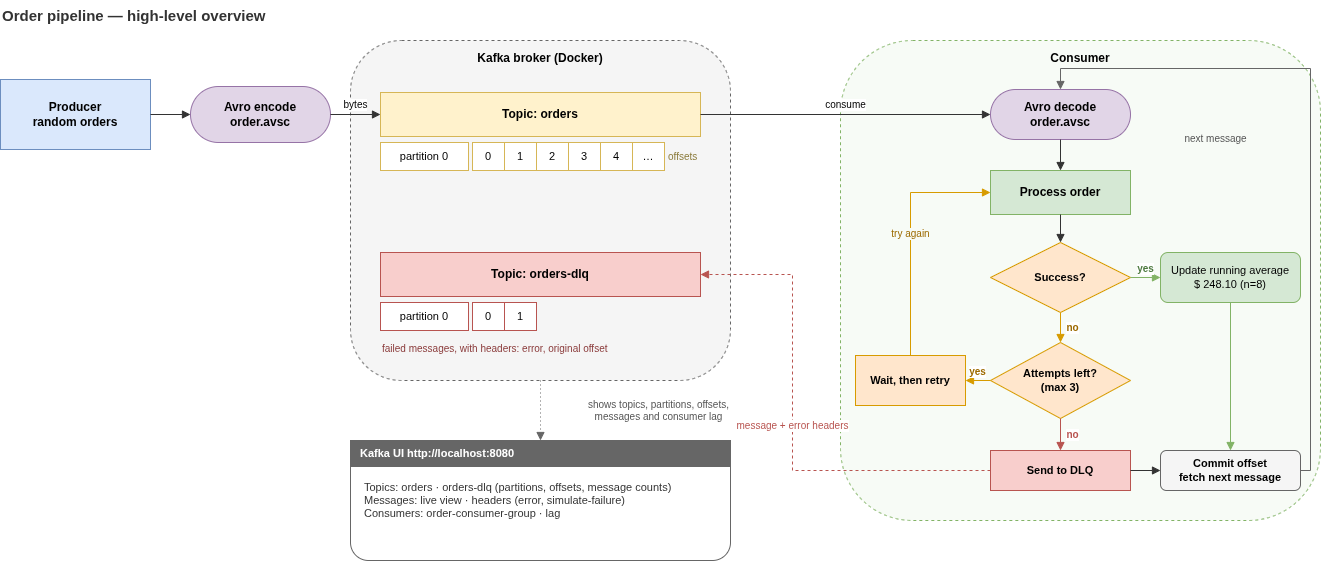
The draw.io diagram diagrams/high-level-architecture.png in ShamilKaleel/kafka-assessment-02, before a commit. Source tidied: cells renumbered, new cells last; positions are measured from the earlier drawing's top-left corner, leaving out a move shared by most shapes.
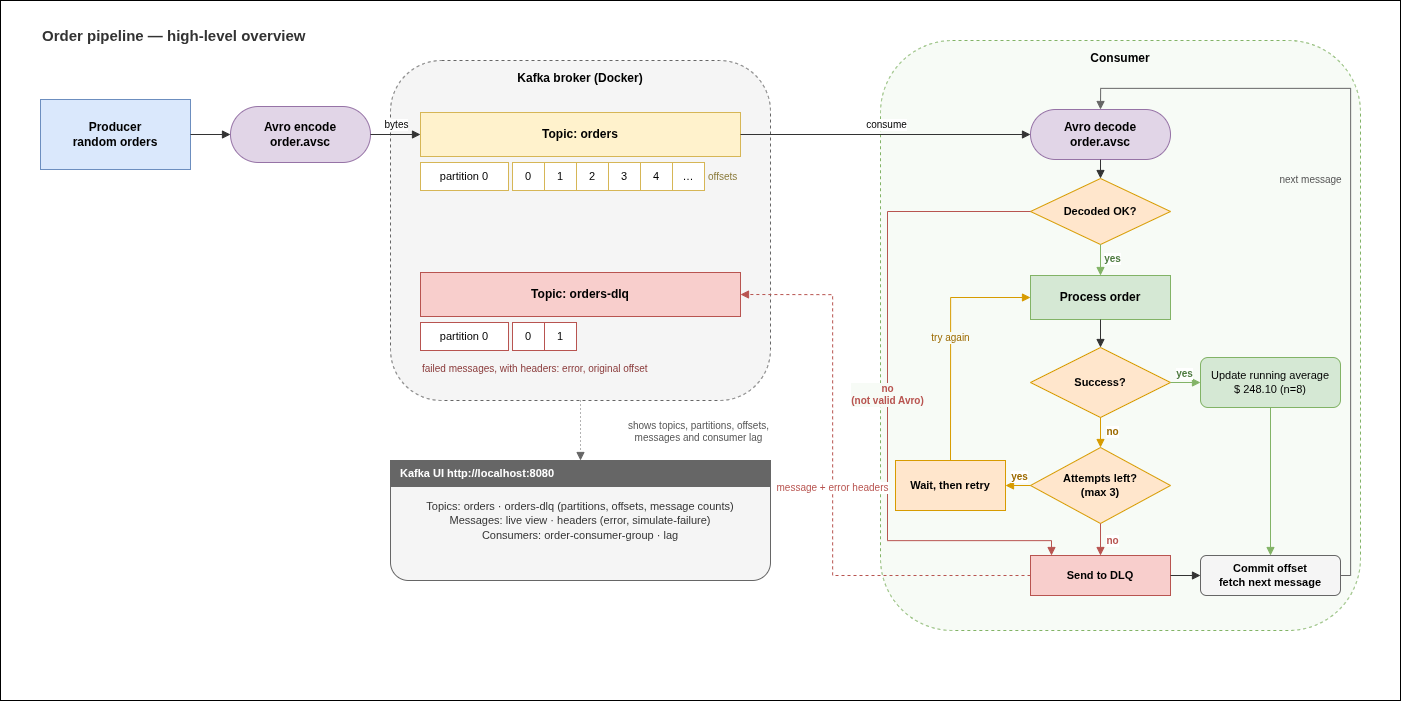
Later version of the same file.

Commit message:
Update architecture diagram export

Change to the diagram source:
```diff
@@ -2,6 +2,9 @@
   <root>
     <mxCell id="0" />
     <mxCell id="1" parent="0" />
+    <mxCell id="47" style="rounded=0;whiteSpace=wrap;html=1;" parent="1" vertex="1">
+      <mxGeometry x="-40" y="-20" width="1400" height="700" as="geometry" />
+    </mxCell>
     <mxCell id="2" value="Order pipeline — high-level overview" style="text;html=1;align=left;verticalAlign=middle;fontSize=15;fontStyle=1;fontColor=#333333;" parent="1" vertex="1">
       <mxGeometry width="420" height="30" as="geometry" />
     </mxCell>
@@ -57,41 +60,41 @@
       <mxGeometry x="380" y="336" width="330" height="24" as="geometry" />
     </mxCell>
     <mxCell id="20" value="Consumer" style="rounded=1;whiteSpace=wrap;html=1;fillColor=#f7fbf6;strokeColor=#82b366;dashed=1;verticalAlign=top;fontStyle=1;fontSize=12;spacingTop=4;" parent="1" vertex="1">
-      <mxGeometry x="840" y="40" width="480" height="480" as="geometry" />
+      <mxGeometry x="840" y="20" width="480" height="590" as="geometry" />
     </mxCell>
     <mxCell id="21" value="Avro decode&#10;order.avsc" style="rounded=1;arcSize=50;whiteSpace=wrap;html=1;fillColor=#e1d5e7;strokeColor=#9673a6;fontSize=12;fontStyle=1;" parent="1" vertex="1">
       <mxGeometry x="990" y="89" width="140" height="50" as="geometry" />
     </mxCell>
+    <mxCell id="48" value="Decoded OK?" style="rhombus;whiteSpace=wrap;html=1;fillColor=#ffe6cc;strokeColor=#d79b00;fontSize=11;fontStyle=1;" parent="1" vertex="1">
+      <mxGeometry x="990" y="158" width="140" height="66" as="geometry" />
+    </mxCell>
     <mxCell id="22" value="Process order" style="rounded=0;whiteSpace=wrap;html=1;fillColor=#d5e8d4;strokeColor=#82b366;fontSize=12;fontStyle=1;" parent="1" vertex="1">
-      <mxGeometry x="990" y="170" width="140" height="44" as="geometry" />
+      <mxGeometry x="990" y="255" width="140" height="44" as="geometry" />
     </mxCell>
     <mxCell id="23" value="Success?" style="rhombus;whiteSpace=wrap;html=1;fillColor=#ffe6cc;strokeColor=#d79b00;fontSize=11;fontStyle=1;" parent="1" vertex="1">
-      <mxGeometry x="990" y="242" width="140" height="70" as="geometry" />
+      <mxGeometry x="990" y="327" width="140" height="70" as="geometry" />
     </mxCell>
     <mxCell id="24" value="Attempts left?&#10;(max 3)" style="rhombus;whiteSpace=wrap;html=1;fillColor=#ffe6cc;strokeColor=#d79b00;fontSize=11;fontStyle=1;" parent="1" vertex="1">
-      <mxGeometry x="990" y="342" width="140" height="76" as="geometry" />
+      <mxGeometry x="990" y="427" width="140" height="76" as="geometry" />
     </mxCell>
     <mxCell id="25" value="Send to DLQ" style="rounded=0;whiteSpace=wrap;html=1;fillColor=#f8cecc;strokeColor=#b85450;fontSize=11;fontStyle=1;" parent="1" vertex="1">
-      <mxGeometry x="990" y="450" width="140" height="40" as="geometry" />
+      <mxGeometry x="990" y="535" width="140" height="40" as="geometry" />
     </mxCell>
     <mxCell id="26" value="Wait, then retry" style="rounded=0;whiteSpace=wrap;html=1;fillColor=#ffe6cc;strokeColor=#d79b00;fontSize=11;fontStyle=1;" parent="1" vertex="1">
-      <mxGeometry x="855" y="355" width="110" height="50" as="geometry" />
+      <mxGeometry x="855" y="440" width="110" height="50" as="geometry" />
     </mxCell>
     <mxCell id="27" value="Update running average&#10;$ 248.10 (n=8)" style="rounded=1;whiteSpace=wrap;html=1;fillColor=#d5e8d4;strokeColor=#82b366;fontSize=11;" parent="1" vertex="1">
-      <mxGeometry x="1160" y="252" width="140" height="50" as="geometry" />
+      <mxGeometry x="1160" y="337" width="140" height="50" as="geometry" />
     </mxCell>
     <mxCell id="28" value="Commit offset&#10;fetch next message" style="rounded=1;whiteSpace=wrap;html=1;fillColor=#f5f5f5;strokeColor=#666666;fontSize=11;fontStyle=1;" parent="1" vertex="1">
-      <mxGeometry x="1160" y="450" width="140" height="40" as="geometry" />
+      <mxGeometry x="1160" y="535" width="140" height="40" as="geometry" />
     </mxCell>
-    <mxCell id="29" style="rounded=1;whiteSpace=wrap;html=1;fillColor=#ffffff;strokeColor=#666666;" parent="1" vertex="1">
+    <mxCell id="29" value="&lt;span style=&quot;color: rgb(51, 51, 51); font-size: 11px; text-align: left;&quot;&gt;Topics: orders · orders-dlq (partitions, offsets, message counts)&lt;/span&gt;&lt;br style=&quot;color: rgb(63, 63, 63); scrollbar-color: rgb(226, 226, 226) rgb(251, 251, 251); font-size: 11px; text-align: left;&quot;&gt;&lt;span style=&quot;color: rgb(51, 51, 51); font-size: 11px; text-align: left;&quot;&gt;Messages: live view · headers (error, simulate-failure)&lt;/span&gt;&lt;br style=&quot;color: rgb(63, 63, 63); scrollbar-color: rgb(226, 226, 226) rgb(251, 251, 251); font-size: 11px; text-align: left;&quot;&gt;&lt;span style=&quot;color: rgb(51, 51, 51); font-size: 11px; text-align: left;&quot;&gt;Consumers: order-consumer-group · lag&lt;/span&gt;" style="rounded=1;whiteSpace=wrap;html=1;fillColor=#f5f5f5;strokeColor=#666666;fontColor=#333333;" parent="1" vertex="1">
       <mxGeometry x="350" y="440" width="380" height="120" as="geometry" />
     </mxCell>
     <mxCell id="30" value="Kafka UI    http://localhost:8080" style="rounded=0;whiteSpace=wrap;html=1;fillColor=#666666;strokeColor=#666666;fontColor=#ffffff;fontSize=11;fontStyle=1;align=left;spacingLeft=8;" parent="1" vertex="1">
       <mxGeometry x="350" y="440" width="380" height="26" as="geometry" />
     </mxCell>
-    <mxCell id="31" value="Topics: orders · orders-dlq (partitions, offsets, message counts)&#10;Messages: live view · headers (error, simulate-failure)&#10;Consumers: order-consumer-group · lag" style="text;html=1;align=left;verticalAlign=top;whiteSpace=wrap;fontSize=11;spacingLeft=6;spacingTop=6;fontColor=#333333;" parent="1" vertex="1">
-      <mxGeometry x="356" y="468" width="370" height="88" as="geometry" />
-    </mxCell>
     <mxCell id="32" style="edgeStyle=orthogonalEdgeStyle;rounded=0;html=1;endArrow=block;strokeColor=#333333;exitX=1;exitY=0.5;entryX=0;entryY=0.5;" parent="1" edge="1" source="3" target="4">
       <mxGeometry relative="1" as="geometry" />
     </mxCell>
@@ -105,9 +108,23 @@
         <mxPoint y="-10" as="offset" />
       </mxGeometry>
     </mxCell>
-    <mxCell id="35" style="edgeStyle=orthogonalEdgeStyle;rounded=0;html=1;endArrow=block;strokeColor=#333333;exitX=0.5;exitY=1;entryX=0.5;entryY=0;" parent="1" edge="1" source="21" target="22">
+    <mxCell id="35" style="edgeStyle=orthogonalEdgeStyle;rounded=0;html=1;endArrow=block;strokeColor=#333333;exitX=0.5;exitY=1;entryX=0.5;entryY=0;" parent="1" edge="1" source="21" target="48">
       <mxGeometry relative="1" as="geometry" />
     </mxCell>
+    <mxCell id="49" value="yes" style="edgeStyle=orthogonalEdgeStyle;rounded=0;html=1;endArrow=block;strokeColor=#82b366;fontColor=#4d7a3f;fontSize=10;fontStyle=1;exitX=0.5;exitY=1;entryX=0.5;entryY=0;" parent="1" edge="1" source="48" target="22">
+      <mxGeometry relative="1" as="geometry">
+        <mxPoint x="12" as="offset" />
+      </mxGeometry>
+    </mxCell>
+    <mxCell id="50" value="no&#10;(not valid Avro)" style="edgeStyle=orthogonalEdgeStyle;rounded=0;html=1;endArrow=block;strokeColor=#b85450;fontColor=#b85450;fontSize=10;fontStyle=1;labelBackgroundColor=#f7fbf6;exitX=0;exitY=0.5;entryX=0.15;entryY=0;" parent="1" edge="1" source="48" target="25">
+      <mxGeometry relative="1" as="geometry">
+        <Array as="points">
+          <mxPoint x="847" y="191" />
+          <mxPoint x="847" y="520" />
+          <mxPoint x="1011" y="520" />
+        </Array>
+      </mxGeometry>
+    </mxCell>
     <mxCell id="36" style="edgeStyle=orthogonalEdgeStyle;rounded=0;html=1;endArrow=block;strokeColor=#333333;exitX=0.5;exitY=1;entryX=0.5;entryY=0;" parent="1" edge="1" source="22" target="23">
       <mxGeometry relative="1" as="geometry" />
     </mxCell>
@@ -129,7 +146,7 @@
     <mxCell id="40" value="try again" style="edgeStyle=orthogonalEdgeStyle;rounded=0;html=1;endArrow=block;strokeColor=#d79b00;fontColor=#9c6a00;fontSize=10;exitX=0.5;exitY=0;entryX=0;entryY=0.5;labelBackgroundColor=#f7fbf6;" parent="1" edge="1" source="26" target="22">
       <mxGeometry relative="1" as="geometry">
         <Array as="points">
-          <mxPoint x="910" y="192" />
+          <mxPoint x="910" y="277" />
         </Array>
       </mxGeometry>
     </mxCell>
@@ -145,19 +162,18 @@
       <mxGeometry relative="1" as="geometry" />
     </mxCell>
     <mxCell id="44" value="next message" style="edgeStyle=orthogonalEdgeStyle;rounded=0;html=1;endArrow=block;strokeColor=#666666;fontColor=#555555;fontSize=10;exitX=1;exitY=0.5;entryX=0.5;entryY=0;labelBackgroundColor=#f7fbf6;" parent="1" edge="1" source="28" target="21">
-      <mxGeometry relative="1" as="geometry">
+      <mxGeometry x="0.05" y="40" relative="1" as="geometry">
         <Array as="points">
-          <mxPoint x="1310" y="470" />
+          <mxPoint x="1310" y="555" />
           <mxPoint x="1310" y="68" />
           <mxPoint x="1060" y="68" />
         </Array>
-        <mxPoint x="-95" as="offset" />
       </mxGeometry>
     </mxCell>
     <mxCell id="45" value="message + error headers" style="edgeStyle=orthogonalEdgeStyle;rounded=0;html=1;endArrow=block;dashed=1;strokeColor=#b85450;fontColor=#b85450;fontSize=10;labelBackgroundColor=#ffffff;exitX=0;exitY=0.5;entryX=1;entryY=0.5;" parent="1" edge="1" source="25" target="15">
       <mxGeometry relative="1" as="geometry">
         <Array as="points">
-          <mxPoint x="792" y="470" />
+          <mxPoint x="792" y="555" />
           <mxPoint x="792" y="274" />
         </Array>
       </mxGeometry>
```
